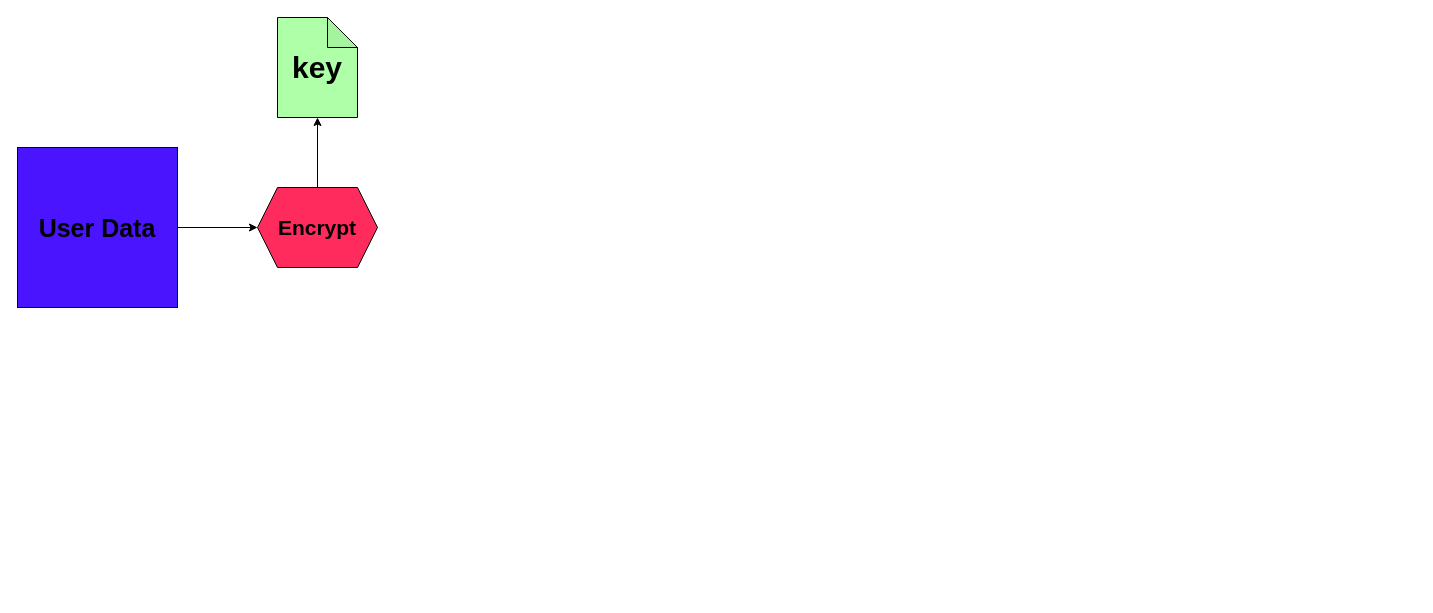
Above: Python Language/Projects/Project_14_Crypto_Stegano_Graphy/flow.drawio in Ahad160/Codeing (draw.io), before the change. Source tidied: cells renumbered, new cells numbered last; positions are measured from the earlier drawing's top-left corner, leaving out a move shared by most shapes. Both pictures are drawn from the tidied source at 100%, with x=0, y=0 at pixel (17, 17). Pictures stored in the file or linked from it are replaced by grey dashed boxes.
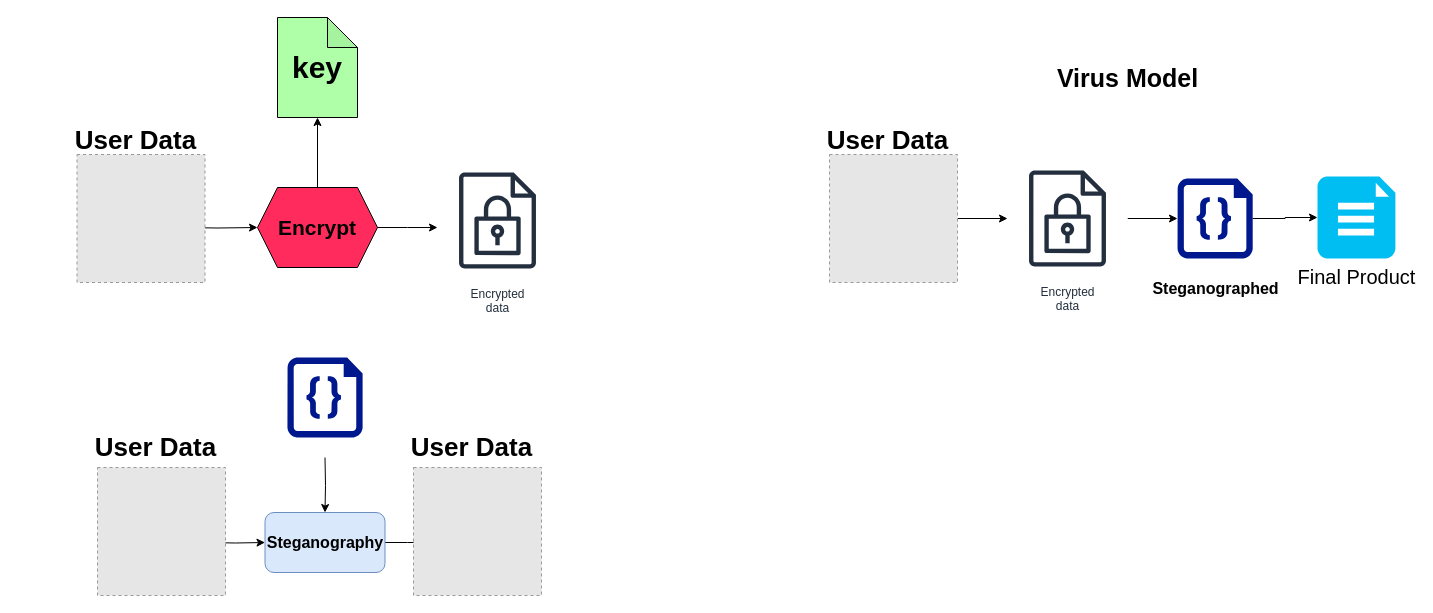
Above is the later version.

The change refers to these unchanged cells:
```xml
<mxCell id="5" value="&lt;font style=&quot;font-size: 21px;&quot;&gt;&lt;b&gt;Encrypt&lt;/b&gt;&lt;/font&gt;" style="shape=hexagon;perimeter=hexagonPerimeter2;whiteSpace=wrap;html=1;fixedSize=1;fillColor=#FF2B5D;" parent="1" vertex="1">
  <mxGeometry x="240" y="170" width="120" height="80" as="geometry" />
</mxCell>
```

What changed in the source:
```diff
@@
-    <mxCell id="2" style="edgeStyle=orthogonalEdgeStyle;rounded=0;jettySize=auto;html=1;exitX=1;exitY=0.5;exitDx=0;exitDy=0;entryX=0;entryY=0.5;entryDx=0;entryDy=0;" parent="1" edge="1" source="3" target="5">
-      <mxGeometry relative="1" as="geometry" />
+    <mxCell id="2" style="edgeStyle=orthogonalEdgeStyle;rounded=0;jettySize=auto;html=1;exitX=1;exitY=0.5;exitDx=0;exitDy=0;entryX=0;entryY=0.5;entryDx=0;entryDy=0;" parent="1" edge="1" target="5">
+      <mxGeometry relative="1" as="geometry">
+        <mxPoint x="160" y="210" as="sourcePoint" />
+      </mxGeometry>
     </mxCell>
-    <mxCell id="3" value="&lt;font style=&quot;font-size: 25px;&quot;&gt;&lt;b&gt;User Data&lt;/b&gt;&lt;/font&gt;" style="whiteSpace=wrap;html=1;strokeColor=default;fillColor=#4B14FF;" parent="1" vertex="1">
-      <mxGeometry y="130" width="160" height="160" as="geometry" />
-    </mxCell>
@@
+    <mxCell id="7" style="edgeStyle=orthogonalEdgeStyle;rounded=0;jettySize=auto;html=1;" parent="1" edge="1" source="5">
+      <mxGeometry relative="1" as="geometry">
+        <mxPoint x="420" y="210" as="targetPoint" />
+      </mxGeometry>
+    </mxCell>
@@
+    <mxCell id="8" style="edgeStyle=orthogonalEdgeStyle;rounded=0;jettySize=auto;html=1;" parent="1" edge="1" target="11">
+      <mxGeometry relative="1" as="geometry">
+        <mxPoint x="187.5" y="525" as="sourcePoint" />
+      </mxGeometry>
+    </mxCell>
+    <mxCell id="9" style="edgeStyle=orthogonalEdgeStyle;rounded=0;jettySize=auto;html=1;" parent="1" edge="1" target="11">
+      <mxGeometry relative="1" as="geometry">
+        <mxPoint x="307.5" y="440" as="sourcePoint" />
+      </mxGeometry>
+    </mxCell>
+    <mxCell id="10" style="edgeStyle=orthogonalEdgeStyle;rounded=0;jettySize=auto;html=1;" parent="1" edge="1" source="11">
+      <mxGeometry relative="1" as="geometry">
+        <mxPoint x="412.5" y="525" as="targetPoint" />
+      </mxGeometry>
+    </mxCell>
+    <mxCell id="11" value="&lt;b&gt;&lt;font style=&quot;font-size: 16px;&quot;&gt;Steganography&lt;/font&gt;&lt;/b&gt;" style="rounded=1;whiteSpace=wrap;html=1;fillColor=#dae8fc;strokeColor=#6c8ebf;" parent="1" vertex="1">
+      <mxGeometry x="247.5" y="495" width="120" height="60" as="geometry" />
+    </mxCell>
+    <mxCell id="12" style="fillColor=#E6E6E6;strokeColor=#999999;dashed=1;html=1;verticalAlign=top;verticalLabelPosition=bottom;labelBackgroundColor=#ffffff;" parent="1" vertex="1">
+      <mxGeometry x="59.5" y="137" width="128" height="128" as="geometry" />
+    </mxCell>
+    <mxCell id="13" value="&lt;font style=&quot;font-size: 26px;&quot;&gt;&lt;b&gt;User Data&lt;/b&gt;&lt;/font&gt;" style="text;html=1;align=center;verticalAlign=middle;strokeColor=none;fillColor=none;" parent="1" vertex="1">
+      <mxGeometry x="47.5" y="103" width="140" height="40" as="geometry" />
+    </mxCell>
+    <mxCell id="14" value="Encrypted&#10;data" style="sketch=0;fontColor=#232F3E;gradientColor=none;strokeColor=#232F3E;fillColor=#ffffff;dashed=0;verticalLabelPosition=bottom;verticalAlign=top;align=center;html=1;fontSize=12;fontStyle=0;shape=mxgraph.aws4.resourceIcon;resIcon=mxgraph.aws4.encrypted_data;" parent="1" vertex="1">
+      <mxGeometry x="420" y="143" width="120" height="120" as="geometry" />
+    </mxCell>
+    <mxCell id="15" style="fillColor=#E6E6E6;strokeColor=#999999;dashed=1;html=1;verticalAlign=top;verticalLabelPosition=bottom;labelBackgroundColor=#ffffff;" parent="1" vertex="1">
+      <mxGeometry x="80" y="450" width="128" height="128" as="geometry" />
+    </mxCell>
+    <mxCell id="16" value="&lt;font style=&quot;font-size: 26px;&quot;&gt;&lt;b&gt;User Data&lt;/b&gt;&lt;/font&gt;" style="text;html=1;align=center;verticalAlign=middle;strokeColor=none;fillColor=none;" parent="1" vertex="1">
+      <mxGeometry x="68" y="410" width="140" height="40" as="geometry" />
+    </mxCell>
+    <mxCell id="17" style="sketch=0;shadow=0;dashed=0;html=1;strokeColor=none;labelPosition=center;verticalLabelPosition=bottom;verticalAlign=top;align=center;fillColor=#00188D;shape=mxgraph.azure.code_file;" parent="1" vertex="1">
+      <mxGeometry x="269.9" y="340" width="75.2" height="80" as="geometry" />
+    </mxCell>
+    <mxCell id="18" style="fillColor=#E6E6E6;strokeColor=#999999;dashed=1;html=1;verticalAlign=top;verticalLabelPosition=bottom;labelBackgroundColor=#ffffff;" parent="1" vertex="1">
+      <mxGeometry x="396" y="450" width="128" height="128" as="geometry" />
+    </mxCell>
+    <mxCell id="19" value="&lt;font style=&quot;font-size: 26px;&quot;&gt;&lt;b&gt;User Data&lt;/b&gt;&lt;/font&gt;" style="text;html=1;align=center;verticalAlign=middle;strokeColor=none;fillColor=none;" parent="1" vertex="1">
+      <mxGeometry x="384" y="410" width="140" height="40" as="geometry" />
+    </mxCell>
+    <mxCell id="20" value="&lt;span style=&quot;font-size: 25px;&quot;&gt;&lt;b&gt;Virus Model&lt;/b&gt;&lt;/span&gt;" style="text;html=1;align=center;verticalAlign=middle;strokeColor=none;fillColor=none;" parent="1" vertex="1">
+      <mxGeometry x="1030" y="40" width="160" height="40" as="geometry" />
+    </mxCell>
+    <mxCell id="21" style="edgeStyle=orthogonalEdgeStyle;rounded=0;jettySize=auto;html=1;" parent="1" edge="1" source="22" target="25">
+      <mxGeometry relative="1" as="geometry" />
+    </mxCell>
+    <mxCell id="22" style="fillColor=#E6E6E6;strokeColor=#999999;dashed=1;html=1;verticalAlign=top;verticalLabelPosition=bottom;labelBackgroundColor=#ffffff;" parent="1" vertex="1">
+      <mxGeometry x="812" y="137" width="128" height="128" as="geometry" />
+    </mxCell>
+    <mxCell id="23" value="&lt;font style=&quot;font-size: 26px;&quot;&gt;&lt;b&gt;User Data&lt;/b&gt;&lt;/font&gt;" style="text;html=1;align=center;verticalAlign=middle;strokeColor=none;fillColor=none;" parent="1" vertex="1">
+      <mxGeometry x="800" y="103" width="140" height="40" as="geometry" />
+    </mxCell>
+    <mxCell id="24" style="edgeStyle=orthogonalEdgeStyle;rounded=0;jettySize=auto;html=1;" parent="1" edge="1" source="25" target="27">
+      <mxGeometry relative="1" as="geometry" />
+    </mxCell>
+    <mxCell id="25" value="Encrypted&#10;data" style="sketch=0;outlineConnect=0;fontColor=#232F3E;gradientColor=none;strokeColor=#232F3E;fillColor=#ffffff;dashed=0;verticalLabelPosition=bottom;verticalAlign=top;align=center;html=1;fontSize=12;fontStyle=0;shape=mxgraph.aws4.resourceIcon;resIcon=mxgraph.aws4.encrypted_data;" parent="1" vertex="1">
+      <mxGeometry x="990" y="141" width="120" height="120" as="geometry" />
+    </mxCell>
+    <mxCell id="26" style="edgeStyle=orthogonalEdgeStyle;rounded=0;jettySize=auto;html=1;" parent="1" edge="1" source="27" target="28">
+      <mxGeometry relative="1" as="geometry" />
+    </mxCell>
+    <mxCell id="27" value="&lt;br&gt;&lt;b style=&quot;border-color: var(--border-color); color: rgb(0, 0, 0); font-family: Helvetica; font-size: 12px; font-style: normal; font-variant-ligatures: normal; font-variant-caps: normal; letter-spacing: normal; orphans: 2; text-align: center; text-indent: 0px; text-transform: none; widows: 2; word-spacing: 0px; -webkit-text-stroke-width: 0px; background-color: rgb(251, 251, 251); text-decoration-thickness: initial; text-decoration-style: initial; text-decoration-color: initial;&quot;&gt;&lt;font style=&quot;border-color: var(--border-color); font-size: 16px;&quot;&gt;Steganographed&lt;/font&gt;&lt;/b&gt;" style="sketch=0;shadow=0;dashed=0;html=1;strokeColor=none;labelPosition=center;verticalLabelPosition=bottom;verticalAlign=top;align=center;fillColor=#00188D;shape=mxgraph.azure.code_file;" parent="1" vertex="1">
+      <mxGeometry x="1160" y="161" width="75.2" height="80" as="geometry" />
+    </mxCell>
+    <mxCell id="28" value="&lt;font style=&quot;font-size: 20px;&quot;&gt;Final Product&lt;/font&gt;" style="verticalLabelPosition=bottom;html=1;verticalAlign=top;align=center;strokeColor=none;fillColor=#00BEF2;shape=mxgraph.azure.file_2;" parent="1" vertex="1">
+      <mxGeometry x="1300" y="159" width="77.9" height="82" as="geometry" />
+    </mxCell>
```
